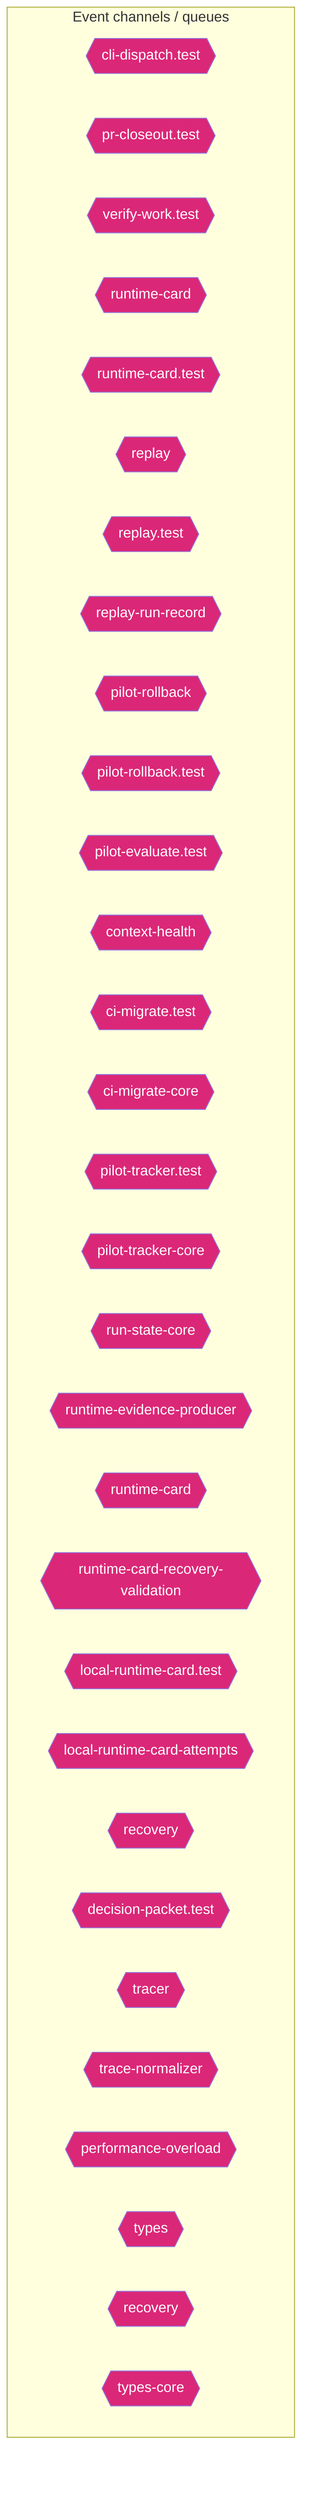
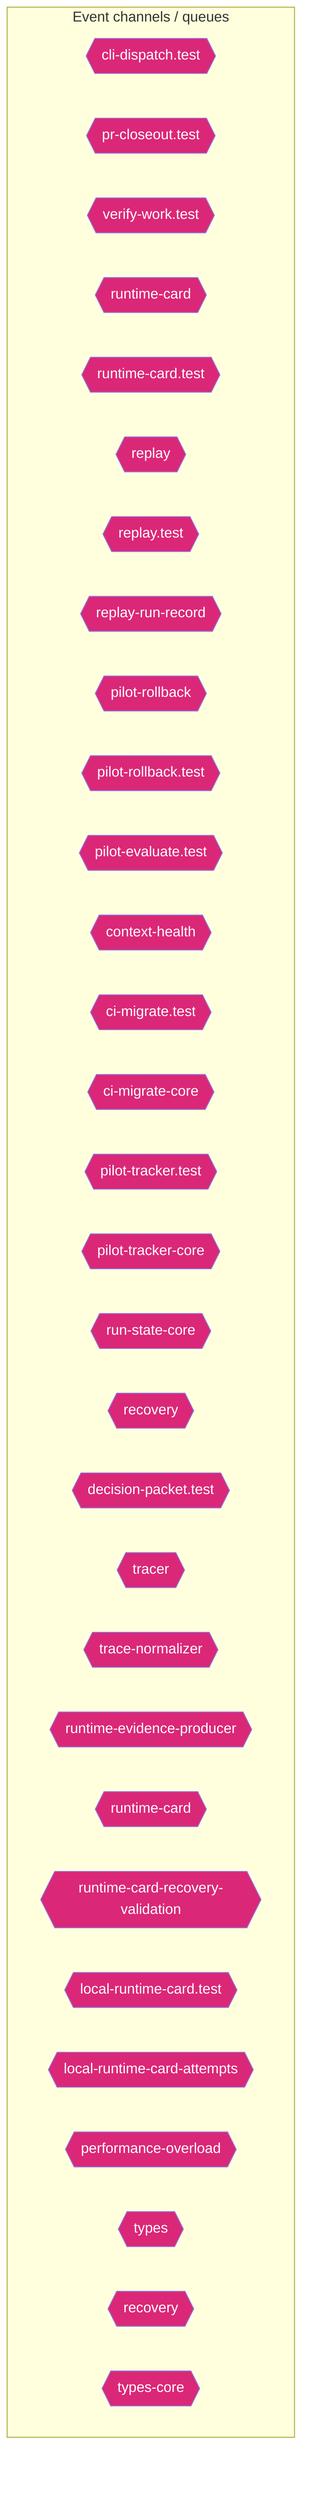
flowchart TD
  subgraph Channels["Event channels / queues"]
    cli_dispatch_test_54c9f17b{{"cli-dispatch.test"}}
    pr_closeout_test_12a1ffdd{{"pr-closeout.test"}}
    verify_work_test_0e12f6c5{{"verify-work.test"}}
    runtime_card_e06b53e1{{"runtime-card"}}
    runtime_card_test_af812837{{"runtime-card.test"}}
    replay_ac203c98{{"replay"}}
    replay_test_935f7436{{"replay.test"}}
    replay_run_record_9a08cce2{{"replay-run-record"}}
    pilot_rollback_00c1f82c{{"pilot-rollback"}}
    pilot_rollback_test_e61d5a2b{{"pilot-rollback.test"}}
    pilot_evaluate_test_a2ac06fc{{"pilot-evaluate.test"}}
    context_health_80bb7da9{{"context-health"}}
    ci_migrate_test_2a015bb9{{"ci-migrate.test"}}
    ci_migrate_core_7005b5af{{"ci-migrate-core"}}
    pilot_tracker_test_80398a66{{"pilot-tracker.test"}}
    pilot_tracker_core_80d8ac96{{"pilot-tracker-core"}}
    run_state_core_25a955bc{{"run-state-core"}}
+     recovery_8c585378{{"recovery"}}
+     decision_packet_test_9ea0e97b{{"decision-packet.test"}}
+     tracer_1e6243a2{{"tracer"}}
+     trace_normalizer_cb1be1d2{{"trace-normalizer"}}
    runtime_evidence_producer_ea388cb5{{"runtime-evidence-producer"}}
    runtime_card_1_465a49d2{{"runtime-card"}}
    runtime_card_recovery_validation_e216d883{{"runtime-card-recovery-validation"}}
    local_runtime_card_test_b508222b{{"local-runtime-card.test"}}
    local_runtime_card_attempts_28aa46ea{{"local-runtime-card-attempts"}}
-     recovery_8c585378{{"recovery"}}
-     decision_packet_test_9ea0e97b{{"decision-packet.test"}}
-     tracer_1e6243a2{{"tracer"}}
-     trace_normalizer_cb1be1d2{{"trace-normalizer"}}
    performance_overload_c685bfcf{{"performance-overload"}}
-     types_8_f6283648{{"types"}}
+     types_7_2f1ed65e{{"types"}}
    recovery_1_4d1804ab{{"recovery"}}
    types_core_e405ddca{{"types-core"}}
  end
  classDef eventNode fill:#db2777,color:#fff
-   class cli_dispatch_test_54c9f17b,pr_closeout_test_12a1ffdd,verify_work_test_0e12f6c5,runtime_card_e06b53e1,runtime_card_test_af812837,replay_ac203c98,replay_test_935f7436,replay_run_record_9a08cce2,pilot_rollback_00c1f82c,pilot_rollback_test_e61d5a2b,pilot_evaluate_test_a2ac06fc,context_health_80bb7da9,ci_migrate_test_2a015bb9,ci_migrate_core_7005b5af,pilot_tracker_test_80398a66,pilot_tracker_core_80d8ac96,run_state_core_25a955bc,runtime_evidence_producer_ea388cb5,runtime_card_1_465a49d2,runtime_card_recovery_validation_e216d883,local_runtime_card_test_b508222b,local_runtime_card_attempts_28aa46ea,recovery_8c585378,decision_packet_test_9ea0e97b,tracer_1e6243a2,trace_normalizer_cb1be1d2,performance_overload_c685bfcf,types_8_f6283648,recovery_1_4d1804ab,types_core_e405ddca eventNode
+   class cli_dispatch_test_54c9f17b,pr_closeout_test_12a1ffdd,verify_work_test_0e12f6c5,runtime_card_e06b53e1,runtime_card_test_af812837,replay_ac203c98,replay_test_935f7436,replay_run_record_9a08cce2,pilot_rollback_00c1f82c,pilot_rollback_test_e61d5a2b,pilot_evaluate_test_a2ac06fc,context_health_80bb7da9,ci_migrate_test_2a015bb9,ci_migrate_core_7005b5af,pilot_tracker_test_80398a66,pilot_tracker_core_80d8ac96,run_state_core_25a955bc,recovery_8c585378,decision_packet_test_9ea0e97b,tracer_1e6243a2,trace_normalizer_cb1be1d2,runtime_evidence_producer_ea388cb5,runtime_card_1_465a49d2,runtime_card_recovery_validation_e216d883,local_runtime_card_test_b508222b,local_runtime_card_attempts_28aa46ea,performance_overload_c685bfcf,types_7_2f1ed65e,recovery_1_4d1804ab,types_core_e405ddca eventNode
